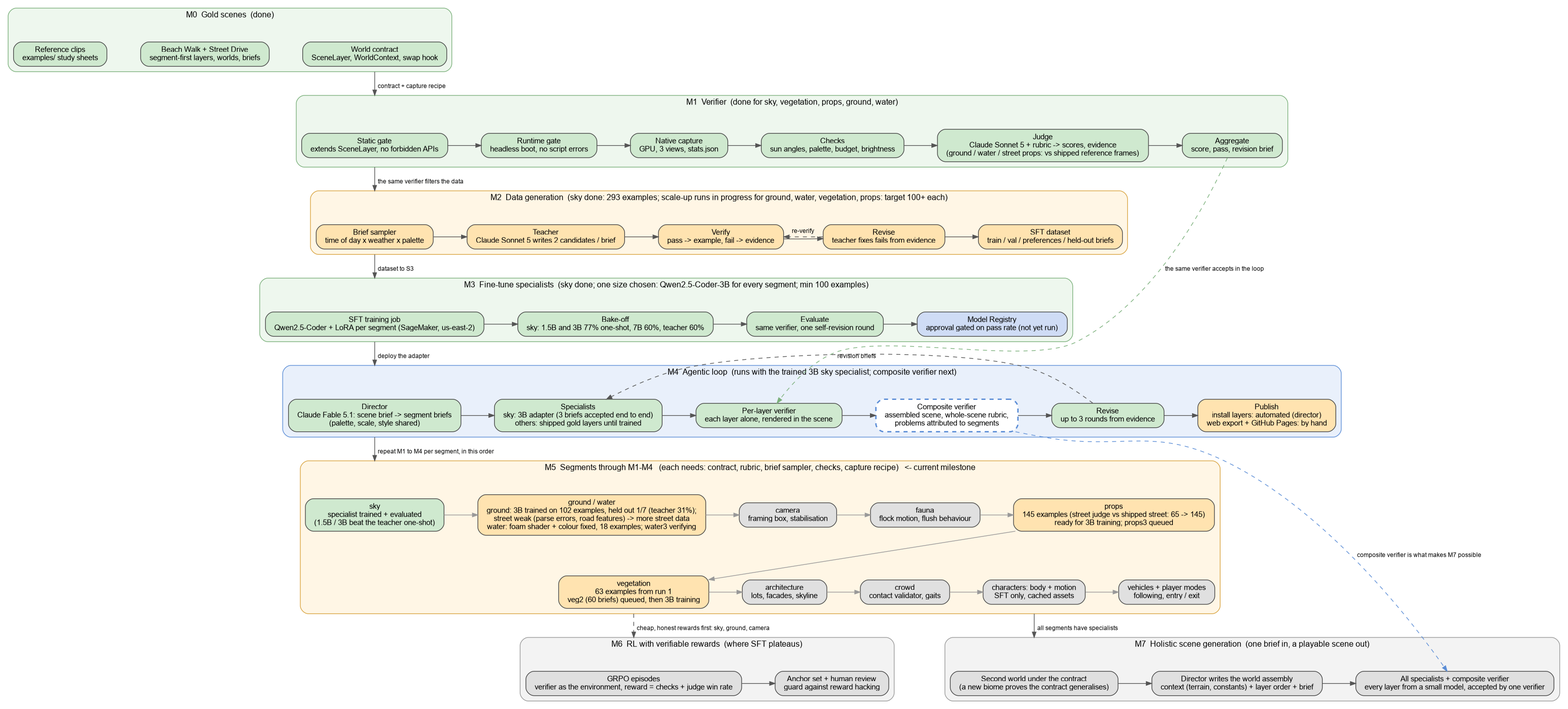
Above: design/pipeline.png in Marc-GenAI-AWS/godot-game (Graphviz), before the change. Its source is kept beside it as design/pipeline.dot.
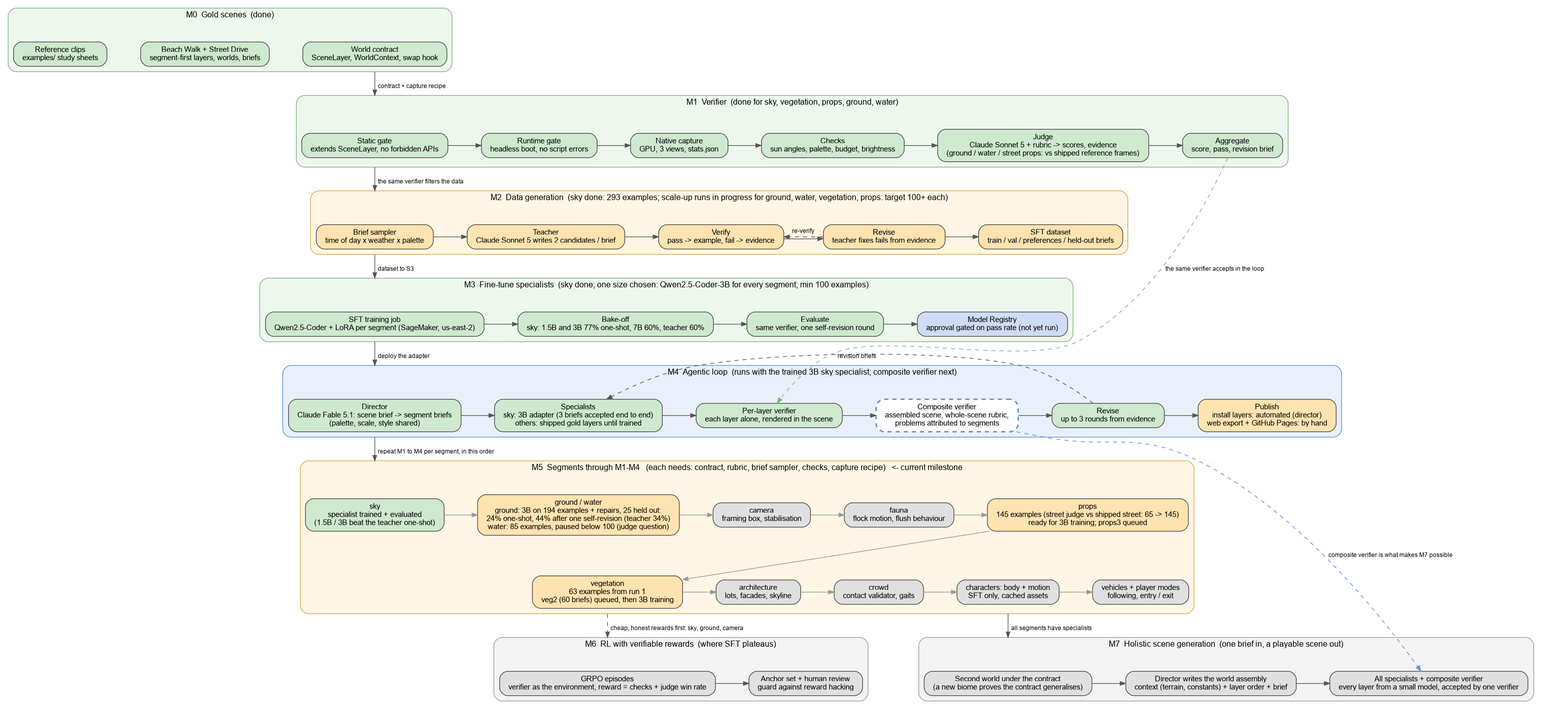
Later version of the same file.

Commit message:
Milestone diagram: ground 3B adapter on the street top-up and repair examples, 44% after one self-revision vs teacher 34% on 25 held-out briefs; water paused below 100

Claude-Session: https://claude.ai/code/session_01UAYU2mUDuDd7xzaMngBZ3G

What changed in the source:
```diff
@@ -68,7 +68,7 @@
   subgraph cluster_m5 {
     label="M5  Segments through M1-M4   (each needs: contract, rubric, brief sampler, checks, capture recipe)   <- current milestone"; style="rounded,filled"; fillcolor="#fff6e5"; color="#d9a441";
     g0 [label="sky\nspecialist trained + evaluated\n(1.5B / 3B beat the teacher one-shot)", fillcolor="#cfe9cf"];
-    g1 [label="ground / water\nground: 3B trained on 102 examples, held out 1/7 (teacher 31%);\nstreet weak (parse errors, road features) -> more street data\nwater: foam shader + colour fixed, 18 examples; water3 verifying", fillcolor="#ffe3b0"];
+    g1 [label="ground / water\nground: 3B on 194 examples + repairs, 25 held out:\n24% one-shot, 44% after one self-revision (teacher 34%)\nwater: 85 examples, paused below 100 (judge question)", fillcolor="#ffe3b0"];
     g2 [label="camera\nframing box, stabilisation", fillcolor="#e0e0e0"];
     g3 [label="fauna\nflock motion, flush behaviour", fillcolor="#e0e0e0"];
     g4 [label="props\n145 examples (street judge vs shipped street: 65 -> 145)\nready for 3B training; props3 queued", fillcolor="#ffe3b0"];
```
